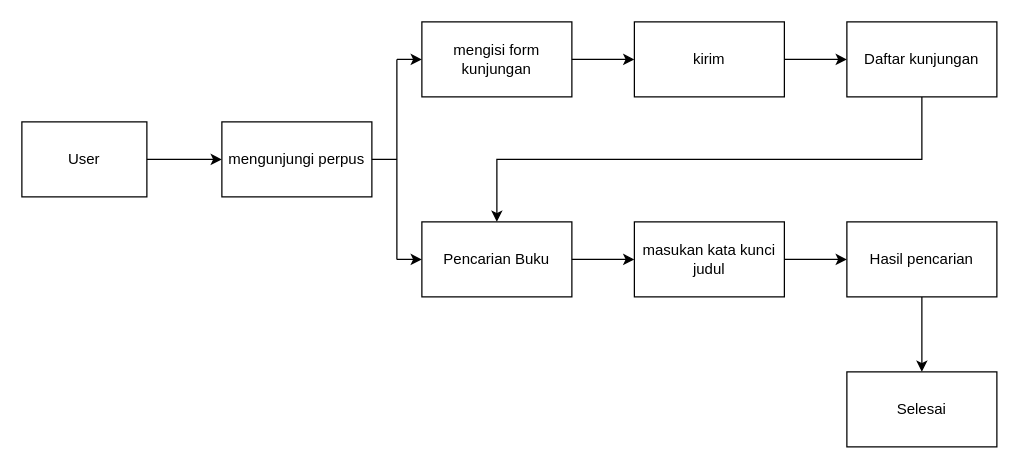
This is Alur_perpus-digital.drawio from SaniSahrulMuharam/Alur_perpus-digital, a draw.io file, before an edit. Source tidied: cells renumbered, new cells numbered last; positions are measured from the earlier drawing's top-left corner, leaving out a move shared by most shapes. Both pictures are drawn from the tidied source at 125%, with x=0, y=0 at pixel (21, 21).
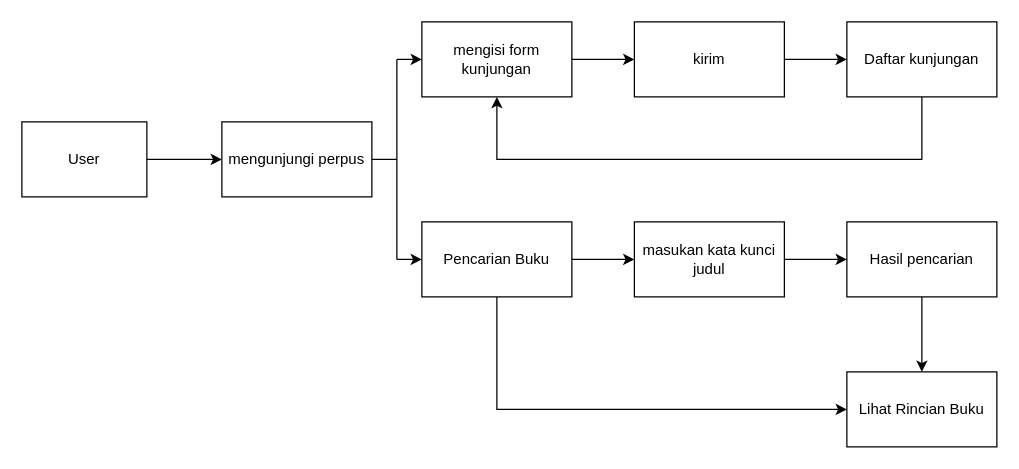
The same page after the edit.

Unchanged cells that the change refers to:
```xml
<mxCell id="5" value="mengisi form kunjungan" style="rounded=0;whiteSpace=wrap;html=1;" parent="1" vertex="1">
  <mxGeometry x="320" width="120" height="60" as="geometry" />
</mxCell>
<mxCell id="7" value="Daftar kunjungan" style="rounded=0;whiteSpace=wrap;html=1;" parent="1" vertex="1">
  <mxGeometry x="660" width="120" height="60" as="geometry" />
</mxCell>
<mxCell id="8" value="Pencarian Buku" style="rounded=0;whiteSpace=wrap;html=1;" parent="1" vertex="1">
  <mxGeometry x="320" y="160" width="120" height="60" as="geometry" />
</mxCell>
```

What changed in the source:
```diff
@@
-    <mxCell id="19" style="endArrow=classic;html=1;rounded=0;exitX=0.5;exitY=1;exitDx=0;exitDy=0;entryX=0.5;entryY=0;entryDx=0;entryDy=0;" parent="1" edge="1" source="7" target="8">
+    <mxCell id="19" style="endArrow=classic;html=1;rounded=0;exitX=0.5;exitY=1;exitDx=0;exitDy=0;entryX=0.5;entryY=1;entryDx=0;entryDy=0;" parent="1" edge="1" source="7" target="5">
       <mxGeometry relative="1" as="geometry">
         <Array as="points">
           <mxPoint x="720" y="110" />
           <mxPoint x="380" y="110" />
         </Array>
       </mxGeometry>
     </mxCell>
-    <mxCell id="20" value="Selesai" style="rounded=0;whiteSpace=wrap;html=1;" parent="1" vertex="1">
+    <mxCell id="20" value="Lihat Rincian Buku" style="rounded=0;whiteSpace=wrap;html=1;" parent="1" vertex="1">
       <mxGeometry x="660" y="280" width="120" height="60" as="geometry" />
     </mxCell>
@@
+    <mxCell id="22" style="endArrow=classic;html=1;rounded=0;entryX=0;entryY=0.5;entryDx=0;entryDy=0;exitX=0.5;exitY=1;exitDx=0;exitDy=0;" parent="1" edge="1" source="8" target="20">
+      <mxGeometry relative="1" as="geometry">
+        <Array as="points">
+          <mxPoint x="380" y="310" />
+        </Array>
+      </mxGeometry>
+    </mxCell>
```
